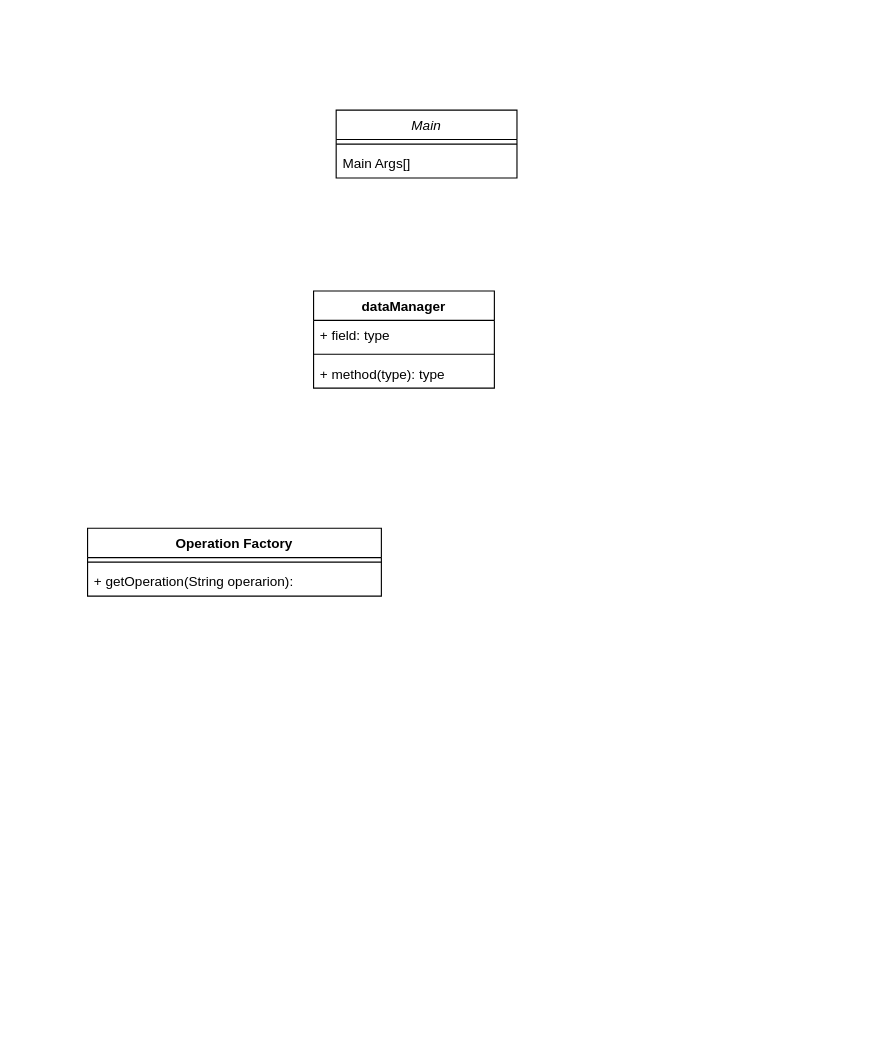
Earlier version of the draw.io diagram project1/Analysis/ULM.drawio (adrianArimany/proyectos_AED). Source tidied: cells renumbered, new cells numbered last; positions are measured from the earlier drawing's top-left corner, leaving out a move shared by most shapes. Both pictures are drawn from the tidied source at 113%, with x=0, y=0 at pixel (87, 110).
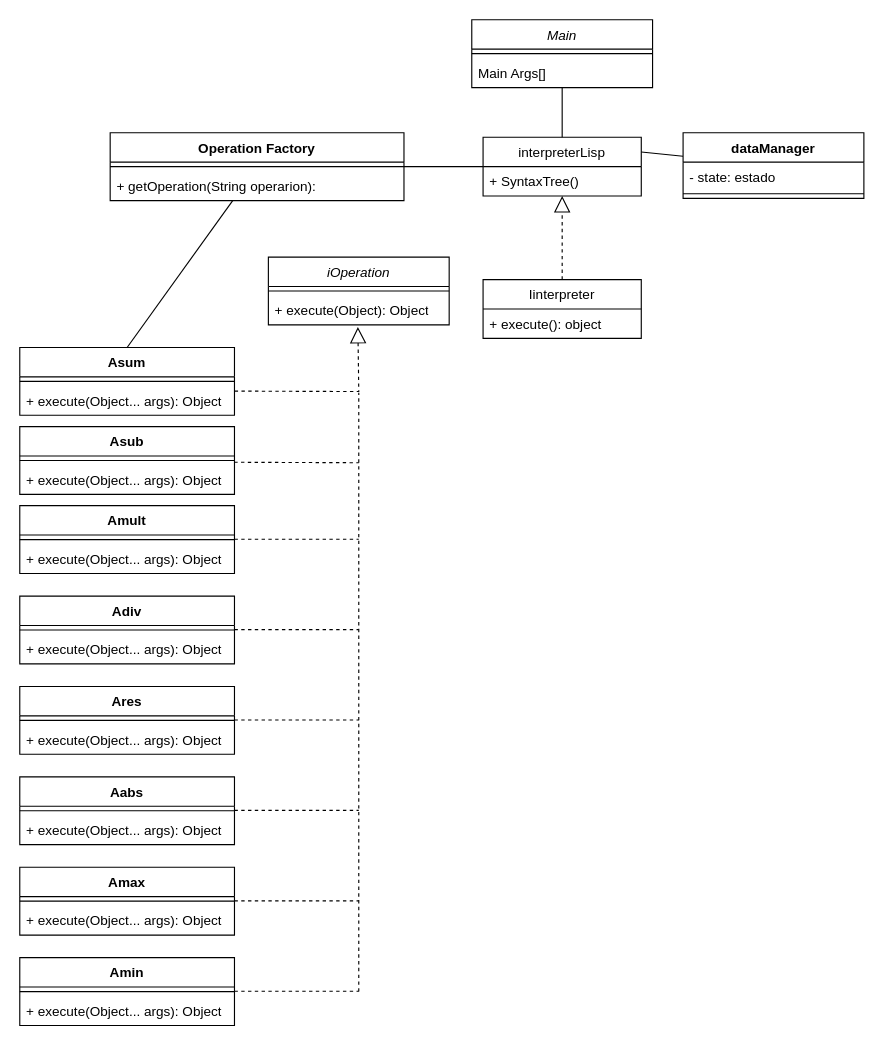
After the change.

Unchanged cells that the change refers to:
```xml
<mxCell id="4" value="Main Args[]" style="text;align=left;verticalAlign=top;spacingLeft=4;spacingRight=4;overflow=hidden;points=[[0,0.5],[1,0.5]];portConstraint=eastwest;" parent="2" vertex="1">
  <mxGeometry y="34" width="160" height="26" as="geometry" />
</mxCell>
```

Change to the diagram source:
```diff
@@
     <mxCell id="2" value="Main" style="swimlane;fontStyle=2;align=center;verticalAlign=top;horizontal=1;startSize=26;rounded=0;shadow=0;strokeWidth=1;" parent="1" vertex="1">
-      <mxGeometry x="220" width="160" height="60" as="geometry" />
+      <mxGeometry x="340" y="-80" width="160" height="60" as="geometry" />
     </mxCell>
@@
+    <mxCell id="12" style="edgeStyle=none;html=1;entryX=0.5;entryY=0;entryDx=0;entryDy=0;endArrow=none;endFill=0;" parent="1" edge="1" source="5" target="18">
+      <mxGeometry relative="1" as="geometry" />
+    </mxCell>
+    <mxCell id="13" style="edgeStyle=none;html=1;entryX=0;entryY=0.5;entryDx=0;entryDy=0;endArrow=none;endFill=0;" parent="1" edge="1" source="5" target="52">
+      <mxGeometry relative="1" as="geometry" />
+    </mxCell>
     <mxCell id="5" value="Operation Factory" style="swimlane;fontStyle=1;align=center;verticalAlign=top;horizontal=1;startSize=26;" parent="1" vertex="1">
-      <mxGeometry y="370" width="260" height="60" as="geometry" />
+      <mxGeometry x="20" y="20" width="260" height="60" as="geometry" />
     </mxCell>
@@
+    <mxCell id="14" style="edgeStyle=none;html=1;entryX=1;entryY=0.25;entryDx=0;entryDy=0;endArrow=none;endFill=0;" parent="1" edge="1" source="8" target="52">
+      <mxGeometry relative="1" as="geometry" />
+    </mxCell>
     <mxCell id="8" value="dataManager" style="swimlane;fontStyle=1;align=center;verticalAlign=top;horizontal=1;startSize=26;" parent="1" vertex="1">
-      <mxGeometry x="200" y="160" width="160" height="86" as="geometry" />
+      <mxGeometry x="527" y="20" width="160" height="58" as="geometry" />
     </mxCell>
-    <mxCell id="9" value="+ field: type" style="text;strokeColor=none;fillColor=none;align=left;verticalAlign=top;spacingLeft=4;spacingRight=4;overflow=hidden;" parent="8" vertex="1">
-      <mxGeometry y="26" width="160" height="26" as="geometry" />
+    <mxCell id="9" value="- state: estado" style="text;strokeColor=none;fillColor=none;align=left;verticalAlign=top;spacingLeft=4;spacingRight=4;overflow=hidden;" parent="8" vertex="1">
+      <mxGeometry y="26" width="160" height="24" as="geometry" />
     </mxCell>
     <mxCell id="10" style="line;strokeWidth=1;fillColor=none;align=left;verticalAlign=middle;spacingTop=-1;spacingLeft=3;spacingRight=3;labelPosition=right;strokeColor=inherit;" parent="8" vertex="1">
-      <mxGeometry y="52" width="160" height="8" as="geometry" />
+      <mxGeometry y="50" width="160" height="8" as="geometry" />
     </mxCell>
-    <mxCell id="11" value="+ method(type): type" style="text;strokeColor=none;fillColor=none;align=left;verticalAlign=top;spacingLeft=4;spacingRight=4;overflow=hidden;" parent="8" vertex="1">
-      <mxGeometry y="60" width="160" height="26" as="geometry" />
-    </mxCell>
+    <mxCell id="15" value="&lt;span style=&quot;font-weight: normal;&quot;&gt;&lt;i&gt;iOperation&lt;/i&gt;&lt;/span&gt;" style="swimlane;fontStyle=1;align=center;verticalAlign=top;horizontal=1;startSize=26;whiteSpace=wrap;html=1;" parent="1" vertex="1">
+      <mxGeometry x="160" y="130" width="160" height="60" as="geometry" />
+    </mxCell>
+    <mxCell id="16" style="line;strokeWidth=1;fillColor=none;align=left;verticalAlign=middle;spacingTop=-1;spacingLeft=3;spacingRight=3;labelPosition=right;strokeColor=inherit;" parent="15" vertex="1">
+      <mxGeometry y="26" width="160" height="8" as="geometry" />
+    </mxCell>
+    <mxCell id="17" value="+ execute(Object): Object" style="text;strokeColor=none;fillColor=none;align=left;verticalAlign=top;spacingLeft=4;spacingRight=4;overflow=hidden;points=[[0,0.5],[1,0.5]];portConstraint=eastwest;whiteSpace=wrap;html=1;" parent="15" vertex="1">
+      <mxGeometry y="34" width="160" height="26" as="geometry" />
+    </mxCell>
+    <mxCell id="18" value="Asum" style="swimlane;fontStyle=1;align=center;verticalAlign=top;horizontal=1;startSize=26;whiteSpace=wrap;html=1;" parent="1" vertex="1">
+      <mxGeometry x="-60" y="210" width="190" height="60" as="geometry" />
+    </mxCell>
+    <mxCell id="19" style="line;strokeWidth=1;fillColor=none;align=left;verticalAlign=middle;spacingTop=-1;spacingLeft=3;spacingRight=3;labelPosition=right;strokeColor=inherit;" parent="18" vertex="1">
+      <mxGeometry y="26" width="190" height="8" as="geometry" />
+    </mxCell>
+    <mxCell id="20" value="+ execute(Object... args): Object" style="text;strokeColor=none;fillColor=none;align=left;verticalAlign=top;spacingLeft=4;spacingRight=4;overflow=hidden;points=[[0,0.5],[1,0.5]];portConstraint=eastwest;whiteSpace=wrap;html=1;" parent="18" vertex="1">
+      <mxGeometry y="34" width="190" height="26" as="geometry" />
+    </mxCell>
+    <mxCell id="21" value="Asub" style="swimlane;fontStyle=1;align=center;verticalAlign=top;horizontal=1;startSize=26;whiteSpace=wrap;html=1;" parent="1" vertex="1">
+      <mxGeometry x="-60" y="280" width="190" height="60" as="geometry" />
+    </mxCell>
+    <mxCell id="22" style="line;strokeWidth=1;fillColor=none;align=left;verticalAlign=middle;spacingTop=-1;spacingLeft=3;spacingRight=3;labelPosition=right;strokeColor=inherit;" parent="21" vertex="1">
+      <mxGeometry y="26" width="190" height="8" as="geometry" />
+    </mxCell>
+    <mxCell id="23" value="+ execute(Object... args): Object" style="text;strokeColor=none;fillColor=none;align=left;verticalAlign=top;spacingLeft=4;spacingRight=4;overflow=hidden;points=[[0,0.5],[1,0.5]];portConstraint=eastwest;whiteSpace=wrap;html=1;" parent="21" vertex="1">
+      <mxGeometry y="34" width="190" height="26" as="geometry" />
+    </mxCell>
+    <mxCell id="24" value="Ares" style="swimlane;fontStyle=1;align=center;verticalAlign=top;horizontal=1;startSize=26;whiteSpace=wrap;html=1;" parent="1" vertex="1">
+      <mxGeometry x="-60" y="510" width="190" height="60" as="geometry" />
+    </mxCell>
+    <mxCell id="25" style="line;strokeWidth=1;fillColor=none;align=left;verticalAlign=middle;spacingTop=-1;spacingLeft=3;spacingRight=3;labelPosition=right;strokeColor=inherit;" parent="24" vertex="1">
+      <mxGeometry y="26" width="190" height="8" as="geometry" />
+    </mxCell>
+    <mxCell id="26" value="+ execute(Object... args): Object" style="text;strokeColor=none;fillColor=none;align=left;verticalAlign=top;spacingLeft=4;spacingRight=4;overflow=hidden;whiteSpace=wrap;html=1;" parent="24" vertex="1">
+      <mxGeometry y="34" width="190" height="26" as="geometry" />
+    </mxCell>
+    <mxCell id="27" value="Adiv" style="swimlane;fontStyle=1;align=center;verticalAlign=top;horizontal=1;startSize=26;whiteSpace=wrap;html=1;" parent="1" vertex="1">
+      <mxGeometry x="-60" y="430" width="190" height="60" as="geometry" />
+    </mxCell>
+    <mxCell id="28" style="line;strokeWidth=1;fillColor=none;align=left;verticalAlign=middle;spacingTop=-1;spacingLeft=3;spacingRight=3;labelPosition=right;strokeColor=inherit;" parent="27" vertex="1">
+      <mxGeometry y="26" width="190" height="8" as="geometry" />
+    </mxCell>
+    <mxCell id="29" value="+ execute(Object... args): Object" style="text;strokeColor=none;fillColor=none;align=left;verticalAlign=top;spacingLeft=4;spacingRight=4;overflow=hidden;whiteSpace=wrap;html=1;" parent="27" vertex="1">
+      <mxGeometry y="34" width="190" height="26" as="geometry" />
+    </mxCell>
+    <mxCell id="30" value="Amult" style="swimlane;fontStyle=1;align=center;verticalAlign=top;horizontal=1;startSize=26;whiteSpace=wrap;html=1;" parent="1" vertex="1">
+      <mxGeometry x="-60" y="350" width="190" height="60" as="geometry" />
+    </mxCell>
+    <mxCell id="31" style="line;strokeWidth=1;fillColor=none;align=left;verticalAlign=middle;spacingTop=-1;spacingLeft=3;spacingRight=3;labelPosition=right;strokeColor=inherit;" parent="30" vertex="1">
+      <mxGeometry y="26" width="190" height="8" as="geometry" />
+    </mxCell>
+    <mxCell id="32" value="+ execute(Object... args): Object" style="text;strokeColor=none;fillColor=none;align=left;verticalAlign=top;spacingLeft=4;spacingRight=4;overflow=hidden;whiteSpace=wrap;html=1;" parent="30" vertex="1">
+      <mxGeometry y="34" width="190" height="26" as="geometry" />
+    </mxCell>
+    <mxCell id="33" value="Aabs" style="swimlane;fontStyle=1;align=center;verticalAlign=top;horizontal=1;startSize=26;whiteSpace=wrap;html=1;" parent="1" vertex="1">
+      <mxGeometry x="-60" y="590" width="190" height="60" as="geometry" />
+    </mxCell>
+    <mxCell id="34" style="line;strokeWidth=1;fillColor=none;align=left;verticalAlign=middle;spacingTop=-1;spacingLeft=3;spacingRight=3;labelPosition=right;strokeColor=inherit;" parent="33" vertex="1">
+      <mxGeometry y="26" width="190" height="8" as="geometry" />
+    </mxCell>
+    <mxCell id="35" value="+ execute(Object... args): Object" style="text;strokeColor=none;fillColor=none;align=left;verticalAlign=top;spacingLeft=4;spacingRight=4;overflow=hidden;whiteSpace=wrap;html=1;" parent="33" vertex="1">
+      <mxGeometry y="34" width="190" height="26" as="geometry" />
+    </mxCell>
+    <mxCell id="36" value="Amax" style="swimlane;fontStyle=1;align=center;verticalAlign=top;horizontal=1;startSize=26;whiteSpace=wrap;html=1;" parent="1" vertex="1">
+      <mxGeometry x="-60" y="670" width="190" height="60" as="geometry" />
+    </mxCell>
+    <mxCell id="37" style="line;strokeWidth=1;fillColor=none;align=left;verticalAlign=middle;spacingTop=-1;spacingLeft=3;spacingRight=3;labelPosition=right;strokeColor=inherit;" parent="36" vertex="1">
+      <mxGeometry y="26" width="190" height="8" as="geometry" />
+    </mxCell>
+    <mxCell id="38" value="+ execute(Object... args): Object" style="text;strokeColor=none;fillColor=none;align=left;verticalAlign=top;spacingLeft=4;spacingRight=4;overflow=hidden;whiteSpace=wrap;html=1;" parent="36" vertex="1">
+      <mxGeometry y="34" width="190" height="26" as="geometry" />
+    </mxCell>
+    <mxCell id="39" value="Amin" style="swimlane;fontStyle=1;align=center;verticalAlign=top;horizontal=1;startSize=26;whiteSpace=wrap;html=1;" parent="1" vertex="1">
+      <mxGeometry x="-60" y="750" width="190" height="60" as="geometry" />
+    </mxCell>
+    <mxCell id="40" style="line;strokeWidth=1;fillColor=none;align=left;verticalAlign=middle;spacingTop=-1;spacingLeft=3;spacingRight=3;labelPosition=right;strokeColor=inherit;" parent="39" vertex="1">
+      <mxGeometry y="26" width="190" height="8" as="geometry" />
+    </mxCell>
+    <mxCell id="41" value="+ execute(Object... args): Object" style="text;strokeColor=none;fillColor=none;align=left;verticalAlign=top;spacingLeft=4;spacingRight=4;overflow=hidden;whiteSpace=wrap;html=1;" parent="39" vertex="1">
+      <mxGeometry y="34" width="190" height="26" as="geometry" />
+    </mxCell>
+    <mxCell id="42" style="endArrow=block;dashed=1;endFill=0;endSize=12;html=1;rounded=0;exitX=1.001;exitY=0.177;exitDx=0;exitDy=0;exitPerimeter=0;entryX=0.495;entryY=1.07;entryDx=0;entryDy=0;entryPerimeter=0;" parent="1" edge="1" source="20" target="17">
+      <mxGeometry relative="1" as="geometry">
+        <Array as="points">
+          <mxPoint x="240" y="249" />
+        </Array>
+      </mxGeometry>
+    </mxCell>
+    <mxCell id="43" style="endArrow=none;dashed=1;html=1;rounded=0;exitX=0.999;exitY=-0.093;exitDx=0;exitDy=0;exitPerimeter=0;" parent="1" edge="1" source="23">
+      <mxGeometry relative="1" as="geometry">
+        <mxPoint x="240" y="312" as="targetPoint" />
+      </mxGeometry>
+    </mxCell>
+    <mxCell id="44" style="endArrow=none;dashed=1;html=1;rounded=0;exitX=0.999;exitY=-0.093;exitDx=0;exitDy=0;exitPerimeter=0;" parent="1" edge="1">
+      <mxGeometry relative="1" as="geometry">
+        <mxPoint x="130" y="379.7" as="sourcePoint" />
+        <mxPoint x="240" y="379.7" as="targetPoint" />
+      </mxGeometry>
+    </mxCell>
+    <mxCell id="45" style="endArrow=none;dashed=1;html=1;rounded=0;exitX=0.999;exitY=-0.093;exitDx=0;exitDy=0;exitPerimeter=0;" parent="1" edge="1">
+      <mxGeometry relative="1" as="geometry">
+        <mxPoint x="130" y="459.7" as="sourcePoint" />
+        <mxPoint x="240" y="459.7" as="targetPoint" />
+      </mxGeometry>
+    </mxCell>
+    <mxCell id="46" style="endArrow=none;dashed=1;html=1;rounded=0;exitX=0.999;exitY=-0.093;exitDx=0;exitDy=0;exitPerimeter=0;" parent="1" edge="1">
+      <mxGeometry relative="1" as="geometry">
+        <mxPoint x="130" y="539.7" as="sourcePoint" />
+        <mxPoint x="240" y="539.7" as="targetPoint" />
+      </mxGeometry>
+    </mxCell>
+    <mxCell id="47" style="endArrow=none;dashed=1;html=1;rounded=0;exitX=0.999;exitY=-0.093;exitDx=0;exitDy=0;exitPerimeter=0;" parent="1" edge="1">
+      <mxGeometry relative="1" as="geometry">
+        <mxPoint x="130" y="619.7" as="sourcePoint" />
+        <mxPoint x="240" y="619.7" as="targetPoint" />
+      </mxGeometry>
+    </mxCell>
+    <mxCell id="48" style="endArrow=none;dashed=1;html=1;rounded=0;exitX=0.999;exitY=-0.093;exitDx=0;exitDy=0;exitPerimeter=0;" parent="1" edge="1">
+      <mxGeometry relative="1" as="geometry">
+        <mxPoint x="130" y="699.7" as="sourcePoint" />
+        <mxPoint x="240" y="699.7" as="targetPoint" />
+      </mxGeometry>
+    </mxCell>
+    <mxCell id="49" style="endArrow=none;dashed=1;html=1;rounded=0;exitX=0.999;exitY=-0.093;exitDx=0;exitDy=0;exitPerimeter=0;" parent="1" edge="1">
+      <mxGeometry relative="1" as="geometry">
+        <mxPoint x="130" y="779.7" as="sourcePoint" />
+        <mxPoint x="240" y="779.7" as="targetPoint" />
+      </mxGeometry>
+    </mxCell>
+    <mxCell id="50" style="endArrow=none;dashed=1;html=1;rounded=0;" parent="1" edge="1">
+      <mxGeometry relative="1" as="geometry">
+        <mxPoint x="240" y="780" as="sourcePoint" />
+        <mxPoint x="240" y="250" as="targetPoint" />
+      </mxGeometry>
+    </mxCell>
+    <mxCell id="51" style="edgeStyle=none;html=1;endArrow=none;endFill=0;" parent="1" edge="1" source="52" target="4">
+      <mxGeometry relative="1" as="geometry" />
+    </mxCell>
+    <mxCell id="52" value="interpreterLisp" style="swimlane;fontStyle=0;horizontal=1;startSize=26;fillColor=none;" parent="1" vertex="1">
+      <mxGeometry x="350" y="24" width="140" height="52" as="geometry" />
+    </mxCell>
+    <mxCell id="53" value="+ SyntaxTree() " style="text;strokeColor=none;fillColor=none;align=left;verticalAlign=top;spacingLeft=4;spacingRight=4;overflow=hidden;points=[[0,0.5],[1,0.5]];portConstraint=eastwest;" parent="52" vertex="1">
+      <mxGeometry y="26" width="140" height="26" as="geometry" />
+    </mxCell>
+    <mxCell id="54" value="Iinterpreter" style="swimlane;fontStyle=0;horizontal=1;startSize=26;fillColor=none;" parent="1" vertex="1">
+      <mxGeometry x="350" y="150" width="140" height="52" as="geometry" />
+    </mxCell>
+    <mxCell id="55" value="+ execute(): object" style="text;strokeColor=none;fillColor=none;align=left;verticalAlign=top;spacingLeft=4;spacingRight=4;overflow=hidden;" parent="54" vertex="1">
+      <mxGeometry y="26" width="140" height="26" as="geometry" />
+    </mxCell>
+    <mxCell id="56" style="endArrow=block;dashed=1;endFill=0;endSize=12;html=1;exitX=0.5;exitY=0;exitDx=0;exitDy=0;" parent="1" edge="1" source="54" target="53">
+      <mxGeometry relative="1" as="geometry" />
+    </mxCell>
```
